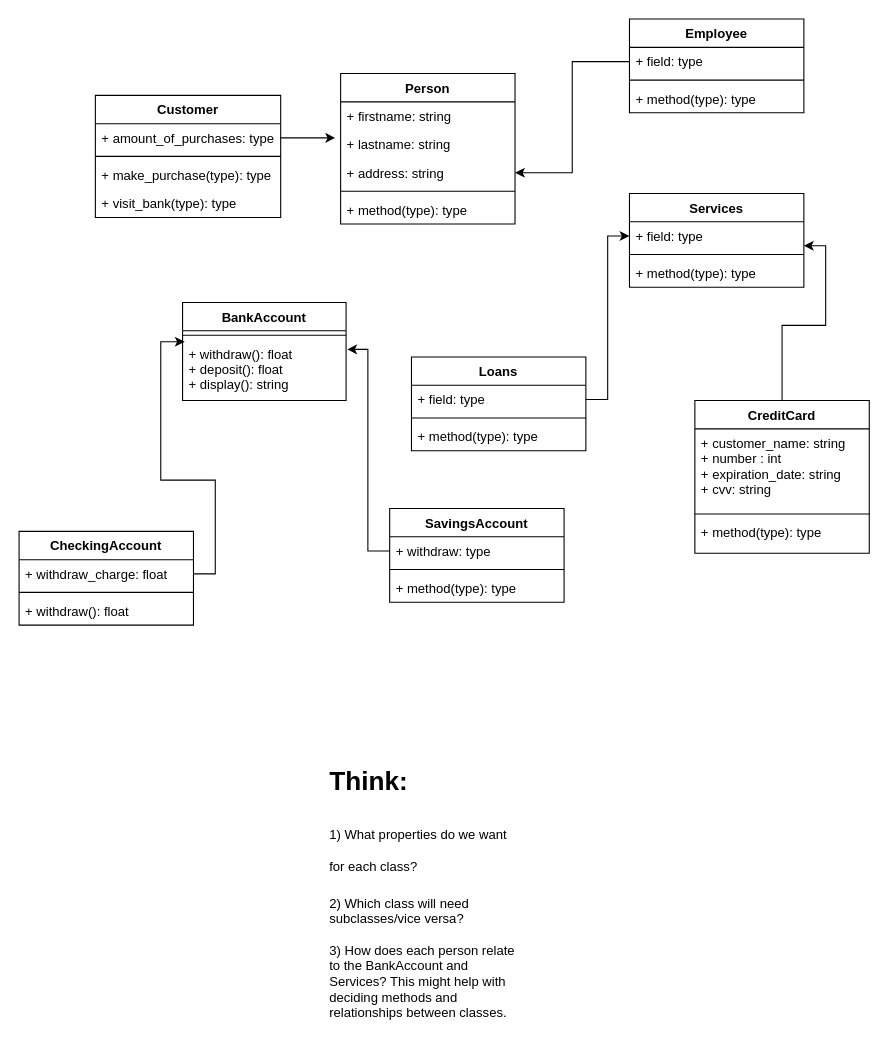
Before: Banking_System.drawio in JamesHizon/BankingSystemProject, a draw.io diagram. Source tidied: cells renumbered, new cells numbered last; positions are measured from the earlier drawing's top-left corner, leaving out a move shared by most shapes. Both pictures are drawn from the tidied source at 109%, with x=0, y=0 at pixel (19, 19).
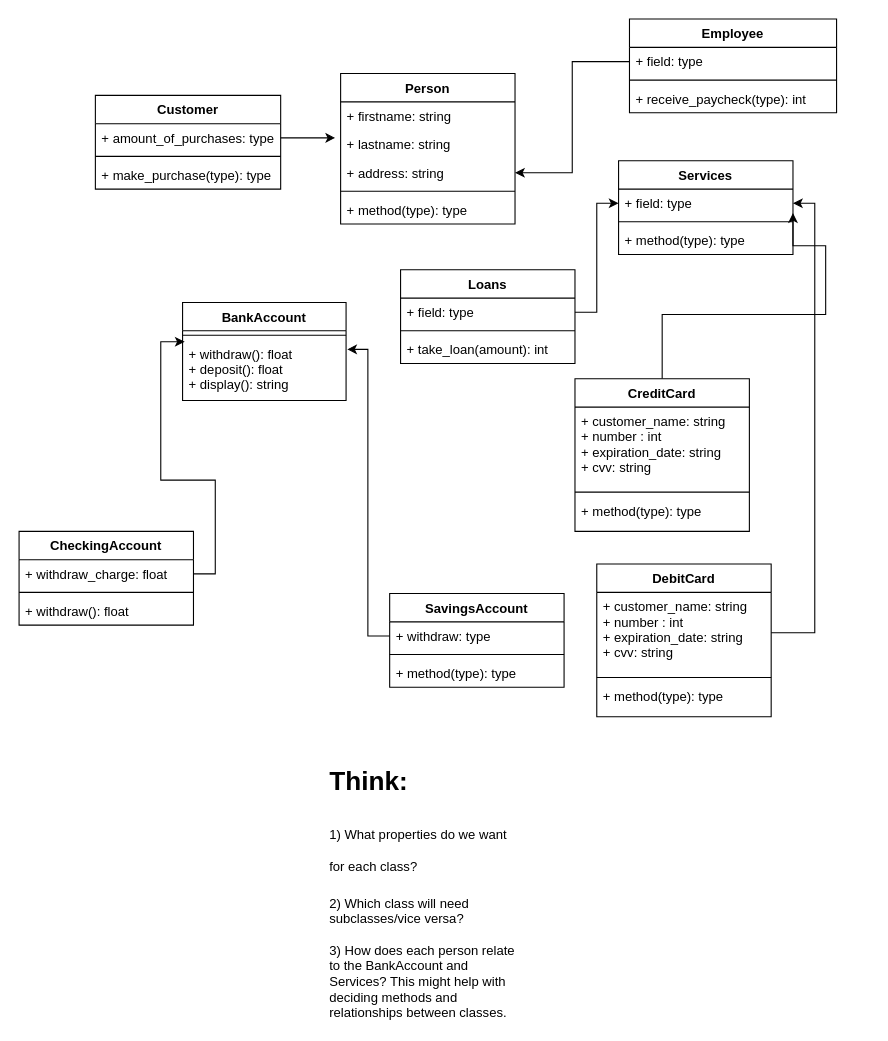
The same diagram, later.

The change refers to these unchanged cells:
```xml
<mxCell id="3" value="+ field: type" style="text;strokeColor=none;fillColor=none;align=left;verticalAlign=top;spacingLeft=4;spacingRight=4;overflow=hidden;points=[[0,0.5],[1,0.5]];portConstraint=eastwest;" parent="2" vertex="1">
  <mxGeometry y="26" width="160" height="26" as="geometry" />
</mxCell>
```

The edit, as a diff of the source:
```diff
@@
     <mxCell id="2" value="Services" style="swimlane;fontStyle=1;align=center;verticalAlign=top;horizontal=1;startSize=26;" parent="1" vertex="1">
-      <mxGeometry x="560" y="160" width="160" height="86" as="geometry" />
+      <mxGeometry x="550" y="130" width="160" height="86" as="geometry" />
     </mxCell>
@@
     <mxCell id="9" value="Customer" style="swimlane;fontStyle=1;align=center;verticalAlign=top;horizontal=1;startSize=26;" parent="1" vertex="1">
-      <mxGeometry x="70" y="70" width="170" height="112" as="geometry" />
+      <mxGeometry x="70" y="70" width="170" height="86" as="geometry" />
     </mxCell>
@@
-    <mxCell id="13" value="+ visit_bank(type): type" style="text;strokeColor=none;fillColor=none;align=left;verticalAlign=top;spacingLeft=4;spacingRight=4;overflow=hidden;" parent="9" vertex="1">
-      <mxGeometry y="86" width="170" height="26" as="geometry" />
-    </mxCell>
     <mxCell id="14" value="Employee" style="swimlane;fontStyle=1;align=center;verticalAlign=top;horizontal=1;startSize=26;" parent="1" vertex="1">
-      <mxGeometry x="560" width="160" height="86" as="geometry" />
+      <mxGeometry x="560" width="190" height="86" as="geometry" />
     </mxCell>
     <mxCell id="15" value="+ field: type" style="text;strokeColor=none;fillColor=none;align=left;verticalAlign=top;spacingLeft=4;spacingRight=4;overflow=hidden;points=[[0,0.5],[1,0.5]];portConstraint=eastwest;" parent="14" vertex="1">
-      <mxGeometry y="26" width="160" height="26" as="geometry" />
+      <mxGeometry y="26" width="190" height="26" as="geometry" />
     </mxCell>
     <mxCell id="16" style="line;strokeWidth=1;fillColor=none;align=left;verticalAlign=middle;spacingTop=-1;spacingLeft=3;spacingRight=3;labelPosition=right;" parent="14" vertex="1">
-      <mxGeometry y="52" width="160" height="8" as="geometry" />
+      <mxGeometry y="52" width="190" height="8" as="geometry" />
     </mxCell>
-    <mxCell id="17" value="+ method(type): type" style="text;strokeColor=none;fillColor=none;align=left;verticalAlign=top;spacingLeft=4;spacingRight=4;overflow=hidden;" parent="14" vertex="1">
-      <mxGeometry y="60" width="160" height="26" as="geometry" />
+    <mxCell id="17" value="+ receive_paycheck(type): int" style="text;strokeColor=none;fillColor=none;align=left;verticalAlign=top;spacingLeft=4;spacingRight=4;overflow=hidden;" parent="14" vertex="1">
+      <mxGeometry y="60" width="190" height="26" as="geometry" />
     </mxCell>
@@
     <mxCell id="22" value="SavingsAccount" style="swimlane;fontStyle=1;align=center;verticalAlign=top;horizontal=1;startSize=26;" parent="1" vertex="1">
-      <mxGeometry x="340" y="449" width="160" height="86" as="geometry" />
+      <mxGeometry x="340" y="527" width="160" height="86" as="geometry" />
     </mxCell>
@@
     <mxCell id="26" style="edgeStyle=orthogonalEdgeStyle;rounded=0;jettySize=auto;html=1;exitX=0.5;exitY=0;exitDx=0;exitDy=0;entryX=1;entryY=0.846;entryDx=0;entryDy=0;entryPerimeter=0;" parent="1" edge="1" source="27" target="3">
-      <mxGeometry relative="1" as="geometry" />
+      <mxGeometry relative="1" as="geometry">
+        <Array as="points">
+          <mxPoint x="590" y="271" />
+          <mxPoint x="740" y="271" />
+          <mxPoint x="740" y="208" />
+        </Array>
+      </mxGeometry>
     </mxCell>
     <mxCell id="27" value="CreditCard" style="swimlane;fontStyle=1;align=center;verticalAlign=top;horizontal=1;startSize=26;" parent="1" vertex="1">
-      <mxGeometry x="620" y="350" width="160" height="140" as="geometry" />
+      <mxGeometry x="510" y="330" width="160" height="140" as="geometry" />
     </mxCell>
@@
     <mxCell id="32" value="Loans" style="swimlane;fontStyle=1;align=center;verticalAlign=top;horizontal=1;startSize=26;" parent="1" vertex="1">
-      <mxGeometry x="360" y="310" width="160" height="86" as="geometry" />
+      <mxGeometry x="350" y="230" width="160" height="86" as="geometry" />
     </mxCell>
@@
-    <mxCell id="35" value="+ method(type): type" style="text;strokeColor=none;fillColor=none;align=left;verticalAlign=top;spacingLeft=4;spacingRight=4;overflow=hidden;" parent="32" vertex="1">
+    <mxCell id="35" value="+ take_loan(amount): int" style="text;strokeColor=none;fillColor=none;align=left;verticalAlign=top;spacingLeft=4;spacingRight=4;overflow=hidden;" parent="32" vertex="1">
       <mxGeometry y="60" width="160" height="26" as="geometry" />
     </mxCell>
@@
+    <mxCell id="47" value="DebitCard" style="swimlane;fontStyle=1;align=center;verticalAlign=top;horizontal=1;startSize=26;" parent="1" vertex="1">
+      <mxGeometry x="530" y="500" width="160" height="140" as="geometry" />
+    </mxCell>
+    <mxCell id="48" value="+ customer_name: string &#10;+ number : int&#10;+ expiration_date: string&#10;+ cvv: string" style="text;strokeColor=none;fillColor=none;align=left;verticalAlign=top;spacingLeft=4;spacingRight=4;overflow=hidden;points=[[0,0.5],[1,0.5]];portConstraint=eastwest;" parent="47" vertex="1">
+      <mxGeometry y="26" width="160" height="74" as="geometry" />
+    </mxCell>
+    <mxCell id="49" style="line;strokeWidth=1;fillColor=none;align=left;verticalAlign=middle;spacingTop=-1;spacingLeft=3;spacingRight=3;labelPosition=right;" parent="47" vertex="1">
+      <mxGeometry y="100" width="160" height="8" as="geometry" />
+    </mxCell>
+    <mxCell id="50" value="+ method(type): type" style="text;strokeColor=none;fillColor=none;align=left;verticalAlign=top;spacingLeft=4;spacingRight=4;overflow=hidden;" parent="47" vertex="1">
+      <mxGeometry y="108" width="160" height="32" as="geometry" />
+    </mxCell>
+    <mxCell id="51" style="edgeStyle=orthogonalEdgeStyle;rounded=0;jettySize=auto;html=1;exitX=1;exitY=0.5;exitDx=0;exitDy=0;entryX=1;entryY=0.5;entryDx=0;entryDy=0;" parent="1" edge="1" source="48" target="3">
+      <mxGeometry relative="1" as="geometry" />
+    </mxCell>
```
